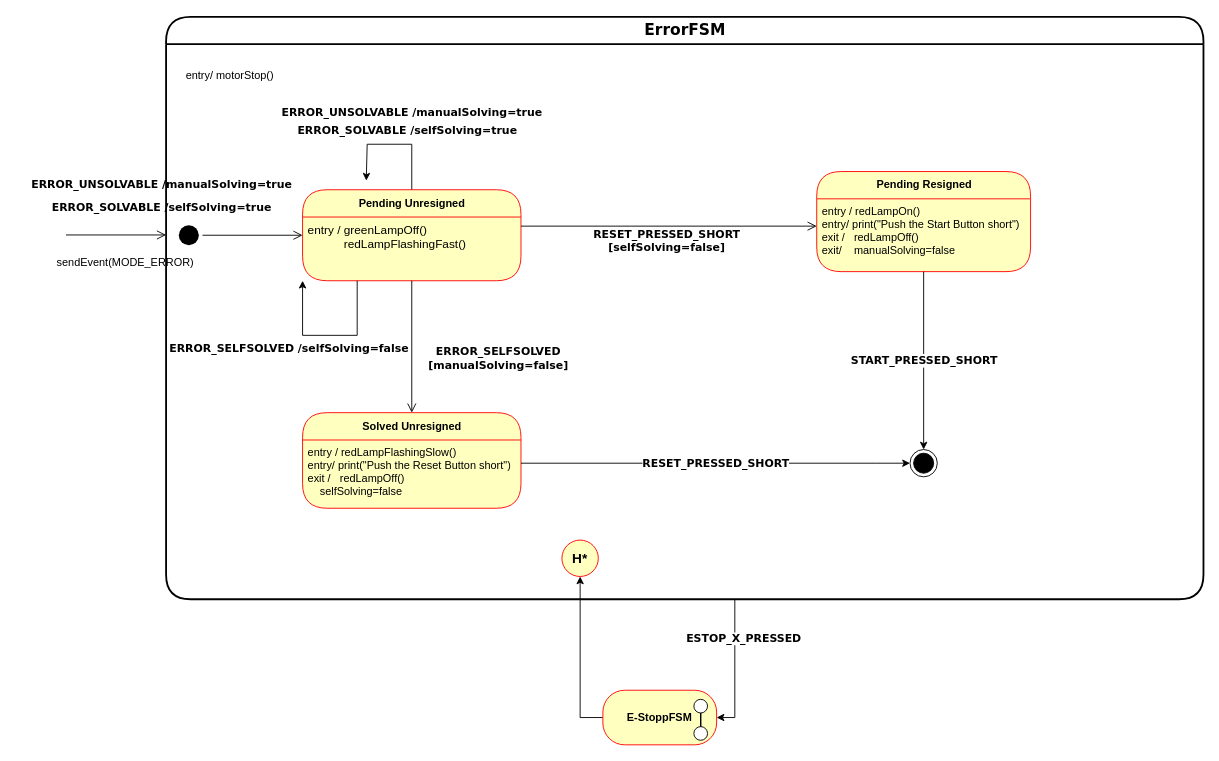
Above: page "error" (5 of 6) of docs/diagrams/fsm/state_machines.drawio in u2knwy/ESEP-2023SoSe-Team-2-1 (draw.io), before the change. Source tidied: cells renumbered, new cells numbered last; positions are measured from the earlier drawing's top-left corner, leaving out a move shared by most shapes. Both pictures are drawn from the tidied source at 91%, with x=0, y=0 at pixel (15, 16).
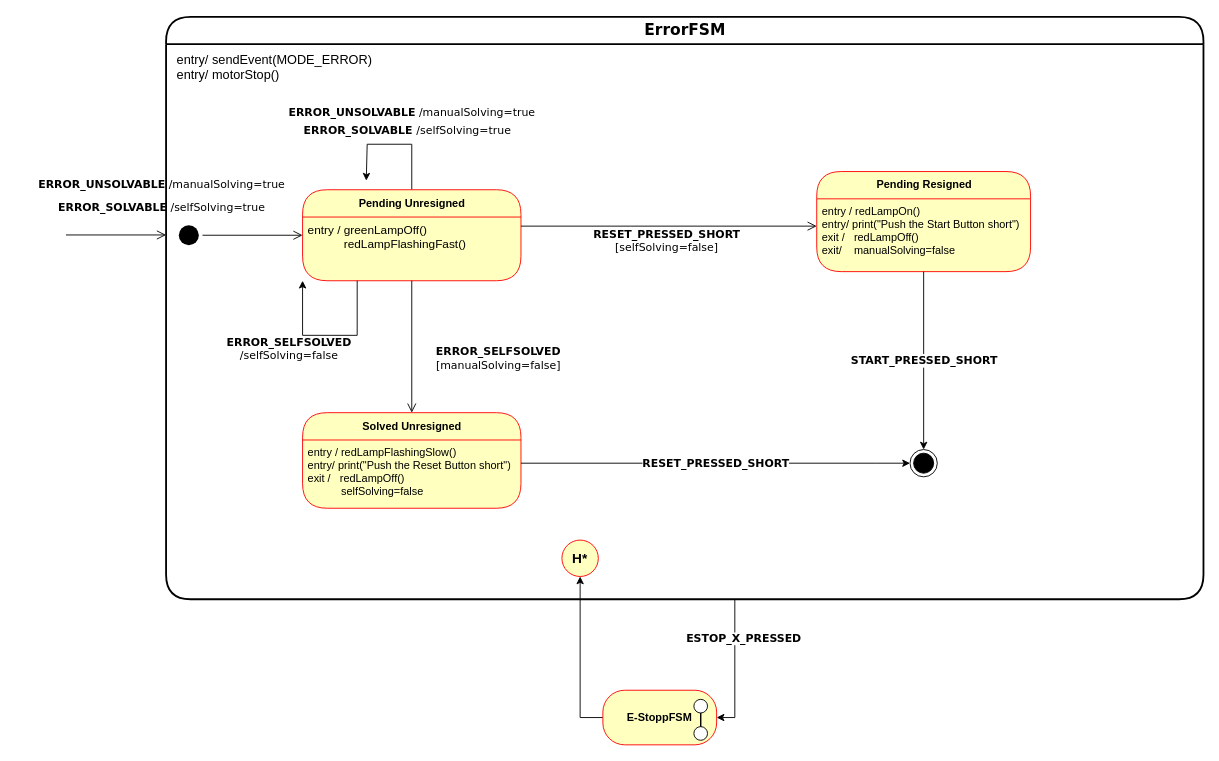
The same diagram, later.

Unchanged cells that the change refers to:
```xml
<mxCell id="11" style="edgeStyle=orthogonalEdgeStyle;html=1;labelBackgroundColor=none;endArrow=open;endSize=8;strokeColor=#000000;fontFamily=Verdana;fontSize=12;align=left;" parent="1" edge="1" source="8" target="14">
  <mxGeometry relative="1" as="geometry">
    <Array as="points">
      <mxPoint x="665" y="230" />
      <mxPoint x="665" y="230" />
    </Array>
  </mxGeometry>
</mxCell>
<mxCell id="15" value="Solved Unresigned" style="swimlane;html=1;fontStyle=1;align=center;verticalAlign=middle;horizontal=1;startSize=30;fontColor=#000000;rounded=1;arcSize=30;strokeColor=#ff0000;fillColor=#ffffc0;swimlaneFillColor=#ffffc0;swimlaneLine=1;shadow=0;glass=0;sketch=0;" parent="1" vertex="1">
  <mxGeometry x="315" y="435" width="240" height="105" as="geometry" />
</mxCell>
```

Diff of the diagram source:
```diff
@@
-    <mxCell id="12" value="&lt;font style=&quot;font-size: 12px&quot; face=&quot;Verdana&quot;&gt;&lt;b&gt;RESET_PRESSED_SHORT&lt;br&gt;[selfSolving=false]&lt;br&gt;&lt;/b&gt;&lt;/font&gt;" style="edgeLabel;html=1;align=center;verticalAlign=middle;" parent="11" vertex="1">
+    <mxCell id="12" value="&lt;font style=&quot;font-size: 12px&quot; face=&quot;Verdana&quot;&gt;&lt;b&gt;RESET_PRESSED_SHORT&lt;/b&gt;&lt;br&gt;[selfSolving=false]&lt;br&gt;&lt;/font&gt;" style="edgeLabel;html=1;align=center;verticalAlign=middle;" parent="11" vertex="1">
       <mxGeometry x="-0.2" y="4" relative="1" as="geometry">
         <mxPoint x="29" y="19" as="offset" />
       </mxGeometry>
     </mxCell>
@@
-    <mxCell id="16" value="entry / redLampFlashingSlow()&lt;br&gt;entry/ print(&quot;Push the Reset Button short&quot;)&lt;br&gt;exit /&amp;nbsp; &amp;nbsp;redLampOff()&lt;br&gt;&lt;span style=&quot;white-space: pre;&quot;&gt; &amp;nbsp;&lt;/span&gt;&amp;nbsp; selfSolving=false&lt;br&gt;&amp;nbsp; &amp;nbsp; &amp;nbsp; &amp;nbsp;&amp;nbsp;" style="text;html=1;strokeColor=none;fillColor=none;align=left;verticalAlign=top;spacingLeft=4;spacingRight=4;whiteSpace=wrap;overflow=hidden;fontColor=#000000;" parent="15" vertex="1">
+    <mxCell id="16" value="entry / redLampFlashingSlow()&lt;br&gt;entry/ print(&quot;Push the Reset Button short&quot;)&lt;br&gt;exit /&amp;nbsp; &amp;nbsp;redLampOff()&lt;br&gt;&lt;span style=&quot;white-space: pre;&quot;&gt;&lt;span style=&quot;white-space: pre;&quot;&gt;&#9;&lt;/span&gt;   &lt;/span&gt;selfSolving=false&amp;nbsp; &amp;nbsp; &amp;nbsp;" style="text;html=1;strokeColor=none;fillColor=none;align=left;verticalAlign=top;spacingLeft=4;spacingRight=4;whiteSpace=wrap;overflow=hidden;fontColor=#000000;" parent="15" vertex="1">
       <mxGeometry y="30" width="240" height="75" as="geometry" />
     </mxCell>
@@
-    <mxCell id="23" value="entry/ motorStop()&lt;br&gt;" style="text;html=1;align=left;verticalAlign=middle;strokeColor=none;fillColor=none;" parent="1" vertex="1">
-      <mxGeometry x="185" y="50" width="120" height="30" as="geometry" />
+    <mxCell id="23" value="entry/&amp;nbsp;sendEvent(MODE_ERROR)&lt;br style=&quot;font-size: 14px;&quot;&gt;entry/ motorStop()" style="text;html=1;align=left;verticalAlign=middle;strokeColor=none;fillColor=none;fontSize=14;" parent="1" vertex="1">
+      <mxGeometry x="175" y="30" width="240" height="50" as="geometry" />
     </mxCell>
-    <mxCell id="24" value="&lt;font face=&quot;Verdana&quot;&gt;&lt;b&gt;ERROR_SELFSOLVED&lt;br&gt;[manualSolving=false]&lt;br&gt;&lt;/b&gt;&lt;/font&gt;" style="text;html=1;align=center;verticalAlign=middle;strokeColor=none;fillColor=none;" parent="1" vertex="1">
-      <mxGeometry x="440" y="355" width="180" height="40" as="geometry" />
+    <mxCell id="24" value="&lt;font face=&quot;Verdana&quot;&gt;&lt;b&gt;ERROR_SELFSOLVED&lt;/b&gt;&lt;br&gt;[manualSolving=false]&lt;br&gt;&lt;/font&gt;" style="text;html=1;align=center;verticalAlign=middle;strokeColor=none;fillColor=none;" parent="1" vertex="1">
+      <mxGeometry x="450" y="355" width="160" height="40" as="geometry" />
     </mxCell>
@@
-    <mxCell id="33" value="&lt;font face=&quot;Verdana&quot;&gt;&lt;b&gt;ERROR_UNSOLVABLE /manualSolving=true&lt;/b&gt;&lt;/font&gt;" style="text;html=1;align=center;verticalAlign=middle;strokeColor=none;fillColor=none;" parent="1" vertex="1">
-      <mxGeometry x="275" y="90" width="320" height="30" as="geometry" />
+    <mxCell id="33" value="&lt;font face=&quot;Verdana&quot;&gt;&lt;b&gt;ERROR_UNSOLVABLE&lt;/b&gt; /manualSolving=true&lt;/font&gt;" style="text;html=1;align=center;verticalAlign=middle;strokeColor=none;fillColor=none;" parent="1" vertex="1">
+      <mxGeometry x="285" y="90" width="300" height="30" as="geometry" />
     </mxCell>
-    <mxCell id="34" value="&lt;font face=&quot;Verdana&quot;&gt;&lt;b&gt;ERROR_SOLVABLE /selfSolving=true&lt;/b&gt;&lt;/font&gt;" style="text;html=1;align=center;verticalAlign=middle;strokeColor=none;fillColor=none;" parent="1" vertex="1">
-      <mxGeometry x="295" y="110" width="270" height="30" as="geometry" />
+    <mxCell id="34" value="&lt;font face=&quot;Verdana&quot;&gt;&lt;b&gt;ERROR_SOLVABLE &lt;/b&gt;/selfSolving=true&lt;/font&gt;" style="text;html=1;align=center;verticalAlign=middle;strokeColor=none;fillColor=none;" parent="1" vertex="1">
+      <mxGeometry x="300" y="110" width="260" height="30" as="geometry" />
     </mxCell>
-    <mxCell id="35" value="&lt;font face=&quot;Verdana&quot;&gt;&lt;b&gt;ERROR_SOLVABLE /selfSolving=true&lt;/b&gt;&lt;/font&gt;" style="text;html=1;align=center;verticalAlign=middle;strokeColor=none;fillColor=none;" parent="1" vertex="1">
-      <mxGeometry x="25" y="195" width="270" height="30" as="geometry" />
+    <mxCell id="35" value="&lt;font face=&quot;Verdana&quot;&gt;&lt;b&gt;ERROR_SOLVABLE&lt;/b&gt; /selfSolving=true&lt;/font&gt;" style="text;html=1;align=center;verticalAlign=middle;strokeColor=none;fillColor=none;" parent="1" vertex="1">
+      <mxGeometry x="30" y="195" width="260" height="30" as="geometry" />
     </mxCell>
-    <mxCell id="36" value="&lt;font face=&quot;Verdana&quot;&gt;&lt;b&gt;ERROR_UNSOLVABLE /manualSolving=true&lt;/b&gt;&lt;/font&gt;" style="text;html=1;align=center;verticalAlign=middle;strokeColor=none;fillColor=none;" parent="1" vertex="1">
-      <mxGeometry y="170" width="320" height="30" as="geometry" />
+    <mxCell id="36" value="&lt;font face=&quot;Verdana&quot;&gt;&lt;b&gt;ERROR_UNSOLVABLE&lt;/b&gt; /manualSolving=true&lt;/font&gt;" style="text;html=1;align=center;verticalAlign=middle;strokeColor=none;fillColor=none;" parent="1" vertex="1">
+      <mxGeometry x="10" y="170" width="300" height="30" as="geometry" />
     </mxCell>
-    <mxCell id="37" value="sendEvent(MODE_ERROR)" style="text;html=1;align=center;verticalAlign=middle;strokeColor=none;fillColor=none;" parent="1" vertex="1">
-      <mxGeometry x="35" y="255" width="170" height="30" as="geometry" />
-    </mxCell>
-    <mxCell id="38" value="&lt;font face=&quot;Verdana&quot;&gt;&lt;b&gt;ERROR_SELFSOLVED /selfSolving=false&lt;/b&gt;&lt;/font&gt;" style="text;html=1;align=center;verticalAlign=middle;strokeColor=none;fillColor=none;" parent="1" vertex="1">
-      <mxGeometry x="155" y="350" width="290" height="30" as="geometry" />
+    <mxCell id="38" value="&lt;font face=&quot;Verdana&quot;&gt;&lt;b&gt;ERROR_SELFSOLVED &lt;br&gt;&lt;/b&gt;/selfSolving=false&lt;/font&gt;" style="text;html=1;align=center;verticalAlign=middle;strokeColor=none;fillColor=none;" parent="1" vertex="1">
+      <mxGeometry x="220" y="345" width="160" height="40" as="geometry" />
     </mxCell>
```
